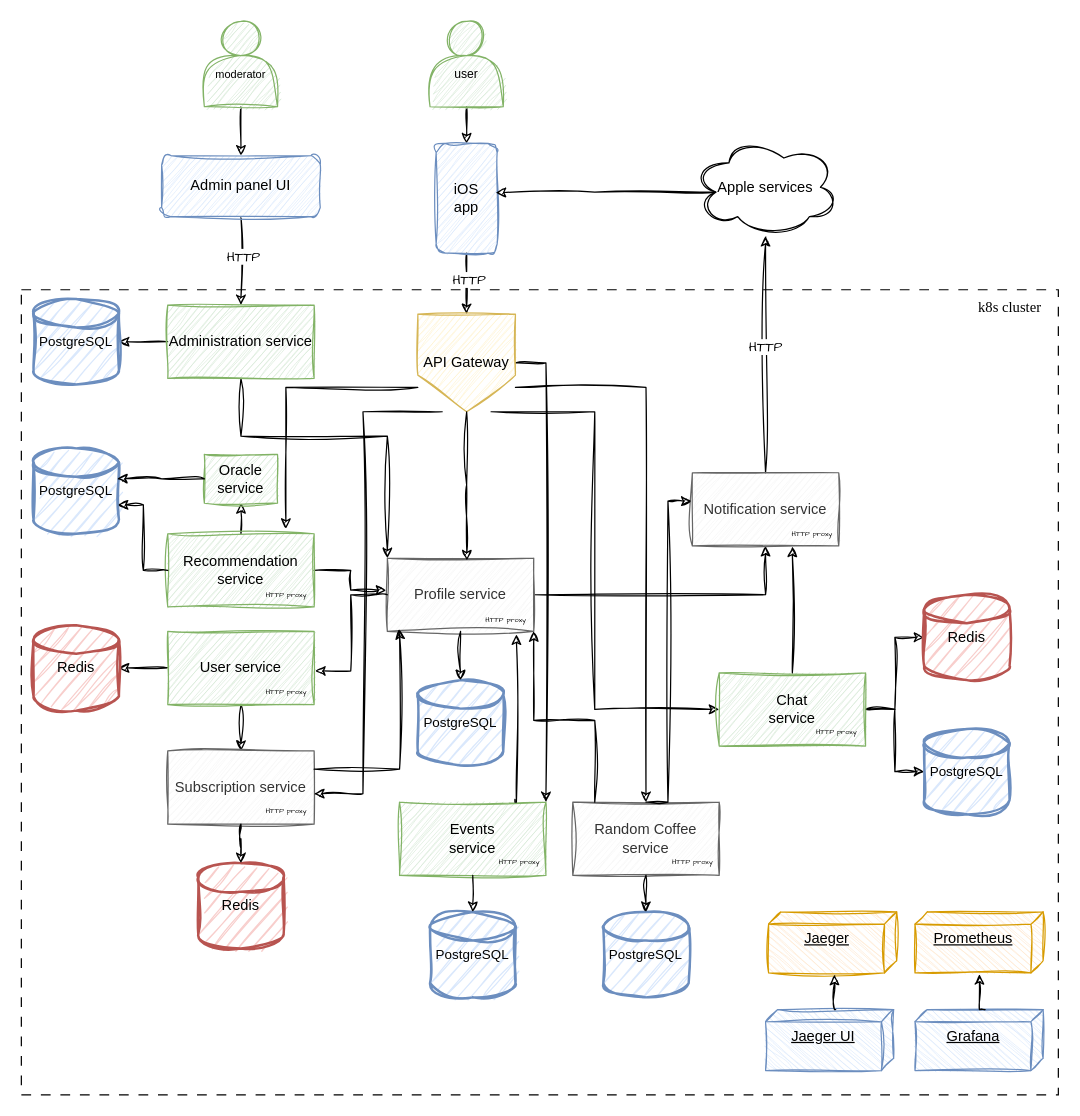
Before: assets/be-system.drawio in the-swiply/swiply-backend, a draw.io diagram. Source tidied: cells renumbered, new cells numbered last; positions are measured from the earlier drawing's top-left corner, leaving out a move shared by most shapes. Both pictures are drawn from the tidied source at 122%, with x=0, y=0 at pixel (21, 21).
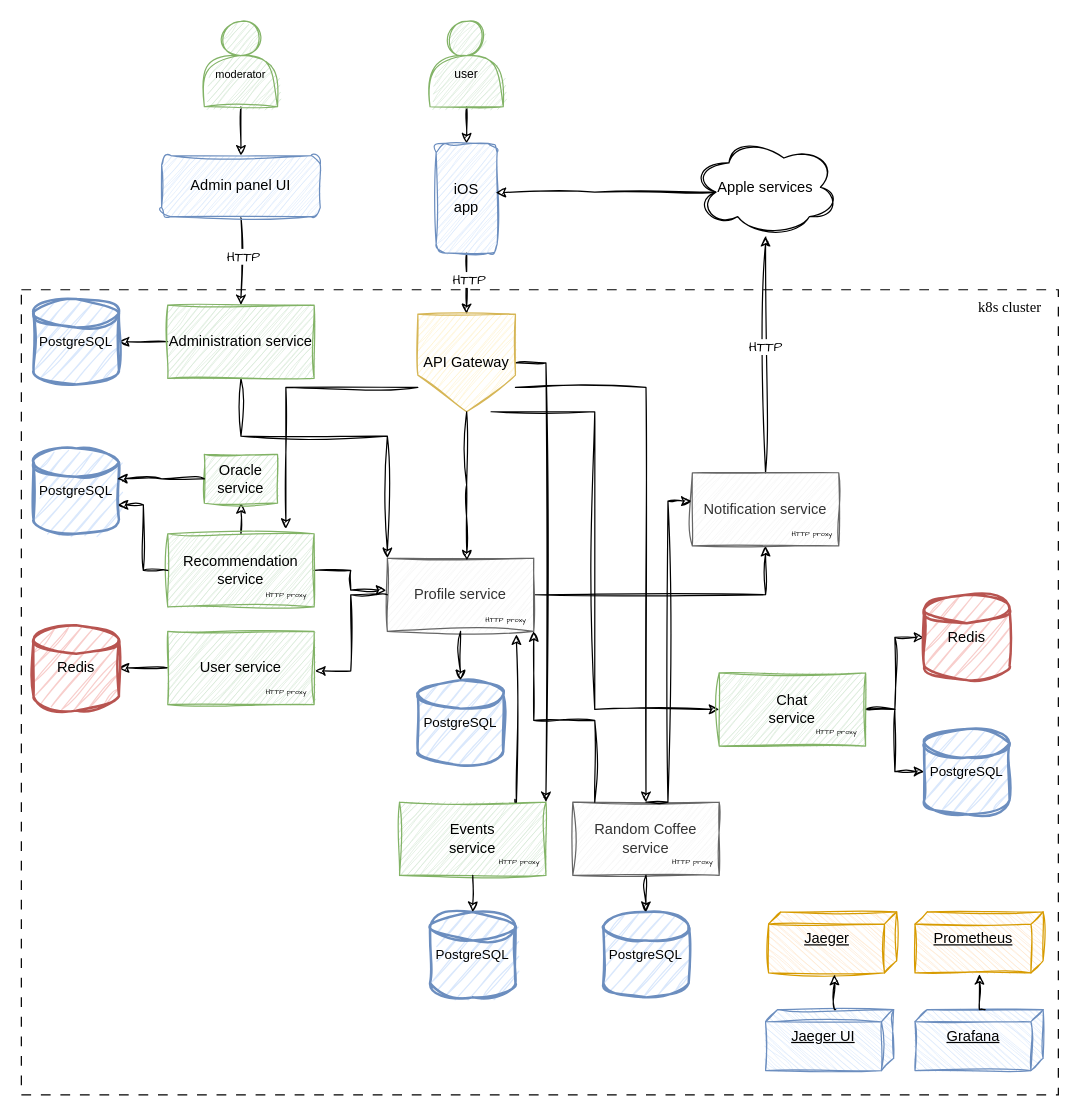
The same diagram, later.

Unchanged cells that the change refers to:
```xml
<mxCell id="10" value="API Gateway" style="shape=offPageConnector;whiteSpace=wrap;html=1;sketch=1;curveFitting=1;jiggle=2;fillColor=#fff2cc;strokeColor=#d6b656;" parent="1" vertex="1">
  <mxGeometry x="325" y="240" width="80" height="80" as="geometry" />
</mxCell>
<mxCell id="12" value="Profile service" style="rounded=0;whiteSpace=wrap;html=1;sketch=1;curveFitting=1;jiggle=2;fillColor=#f5f5f5;fontColor=#333333;strokeColor=#666666;" parent="1" vertex="1">
  <mxGeometry x="300" y="440" width="120" height="60" as="geometry" />
</mxCell>
<mxCell id="19" value="User service" style="rounded=0;whiteSpace=wrap;html=1;sketch=1;curveFitting=1;jiggle=2;fillColor=#d5e8d4;strokeColor=#82b366;" parent="1" vertex="1">
  <mxGeometry x="120" y="500" width="120" height="60" as="geometry" />
</mxCell>
<mxCell id="24" value="Chat&lt;br&gt;service" style="rounded=0;whiteSpace=wrap;html=1;sketch=1;curveFitting=1;jiggle=2;fillColor=#d5e8d4;strokeColor=#82b366;" parent="1" vertex="1">
  <mxGeometry x="572" y="534" width="120" height="60" as="geometry" />
</mxCell>
<mxCell id="27" value="Notification service" style="rounded=0;whiteSpace=wrap;html=1;sketch=1;curveFitting=1;jiggle=2;fillColor=#f5f5f5;fontColor=#333333;strokeColor=#666666;" parent="1" vertex="1">
  <mxGeometry x="550" y="370" width="120" height="60" as="geometry" />
</mxCell>
```

What changed in the source:
```diff
@@
-    <mxCell id="17" style="edgeStyle=orthogonalEdgeStyle;rounded=0;jettySize=auto;html=1;exitX=0.5;exitY=1;exitDx=0;exitDy=0;entryX=0.5;entryY=0;entryDx=0;entryDy=0;sketch=1;curveFitting=1;jiggle=2;" parent="1" edge="1" source="19" target="20">
-      <mxGeometry relative="1" as="geometry" />
-    </mxCell>
@@
-    <mxCell id="20" value="Subscription service" style="rounded=0;whiteSpace=wrap;html=1;sketch=1;curveFitting=1;jiggle=2;fillColor=#f5f5f5;fontColor=#333333;strokeColor=#666666;" parent="1" vertex="1">
-      <mxGeometry x="120" y="598" width="120" height="60" as="geometry" />
-    </mxCell>
@@
-    <mxCell id="29" style="edgeStyle=orthogonalEdgeStyle;rounded=0;jettySize=auto;html=1;entryX=0.683;entryY=1.01;entryDx=0;entryDy=0;entryPerimeter=0;sketch=1;curveFitting=1;jiggle=2;" parent="1" edge="1" source="24" target="27">
-      <mxGeometry relative="1" as="geometry" />
-    </mxCell>
@@
-    <mxCell id="34" value="Redis" style="strokeWidth=2;html=1;shape=mxgraph.flowchart.database;whiteSpace=wrap;sketch=1;curveFitting=1;jiggle=2;fillColor=#f8cecc;strokeColor=#b85450;" parent="1" vertex="1">
-      <mxGeometry x="145" y="690" width="70" height="70" as="geometry" />
-    </mxCell>
-    <mxCell id="35" style="edgeStyle=orthogonalEdgeStyle;rounded=0;sketch=1;hachureGap=4;jiggle=2;curveFitting=1;jettySize=auto;html=1;entryX=0.5;entryY=0;entryDx=0;entryDy=0;entryPerimeter=0;fontFamily=Architects Daughter;" parent="1" edge="1" source="20" target="34">
-      <mxGeometry relative="1" as="geometry" />
-    </mxCell>
@@
-    <mxCell id="41" value="&lt;font style=&quot;font-size: 6px;&quot;&gt;HTTP proxy&lt;/font&gt;" style="text;html=1;align=center;verticalAlign=middle;strokeColor=none;fillColor=none;fontFamily=Architects Daughter;" parent="1" vertex="1">
-      <mxGeometry x="187" y="631" width="60" height="30" as="geometry" />
-    </mxCell>
@@
-    <mxCell id="62" style="edgeStyle=orthogonalEdgeStyle;rounded=0;sketch=1;hachureGap=4;jiggle=2;curveFitting=1;jettySize=auto;html=1;exitX=0.25;exitY=1;exitDx=0;exitDy=0;fontFamily=Architects Daughter;" parent="1" edge="1" source="10">
-      <mxGeometry relative="1" as="geometry">
-        <mxPoint x="240" y="633" as="targetPoint" />
-        <Array as="points">
-          <mxPoint x="280" y="320" />
-          <mxPoint x="280" y="633" />
-        </Array>
-      </mxGeometry>
-    </mxCell>
-    <mxCell id="63" style="edgeStyle=orthogonalEdgeStyle;rounded=0;sketch=1;hachureGap=4;jiggle=2;curveFitting=1;jettySize=auto;html=1;exitX=1;exitY=0.25;exitDx=0;exitDy=0;entryX=0.079;entryY=0.969;entryDx=0;entryDy=0;entryPerimeter=0;fontFamily=Architects Daughter;" parent="1" edge="1" source="20" target="12">
-      <mxGeometry relative="1" as="geometry">
-        <Array as="points">
-          <mxPoint x="310" y="613" />
-          <mxPoint x="310" y="502" />
-          <mxPoint x="310" y="502" />
-        </Array>
-      </mxGeometry>
-    </mxCell>
```
